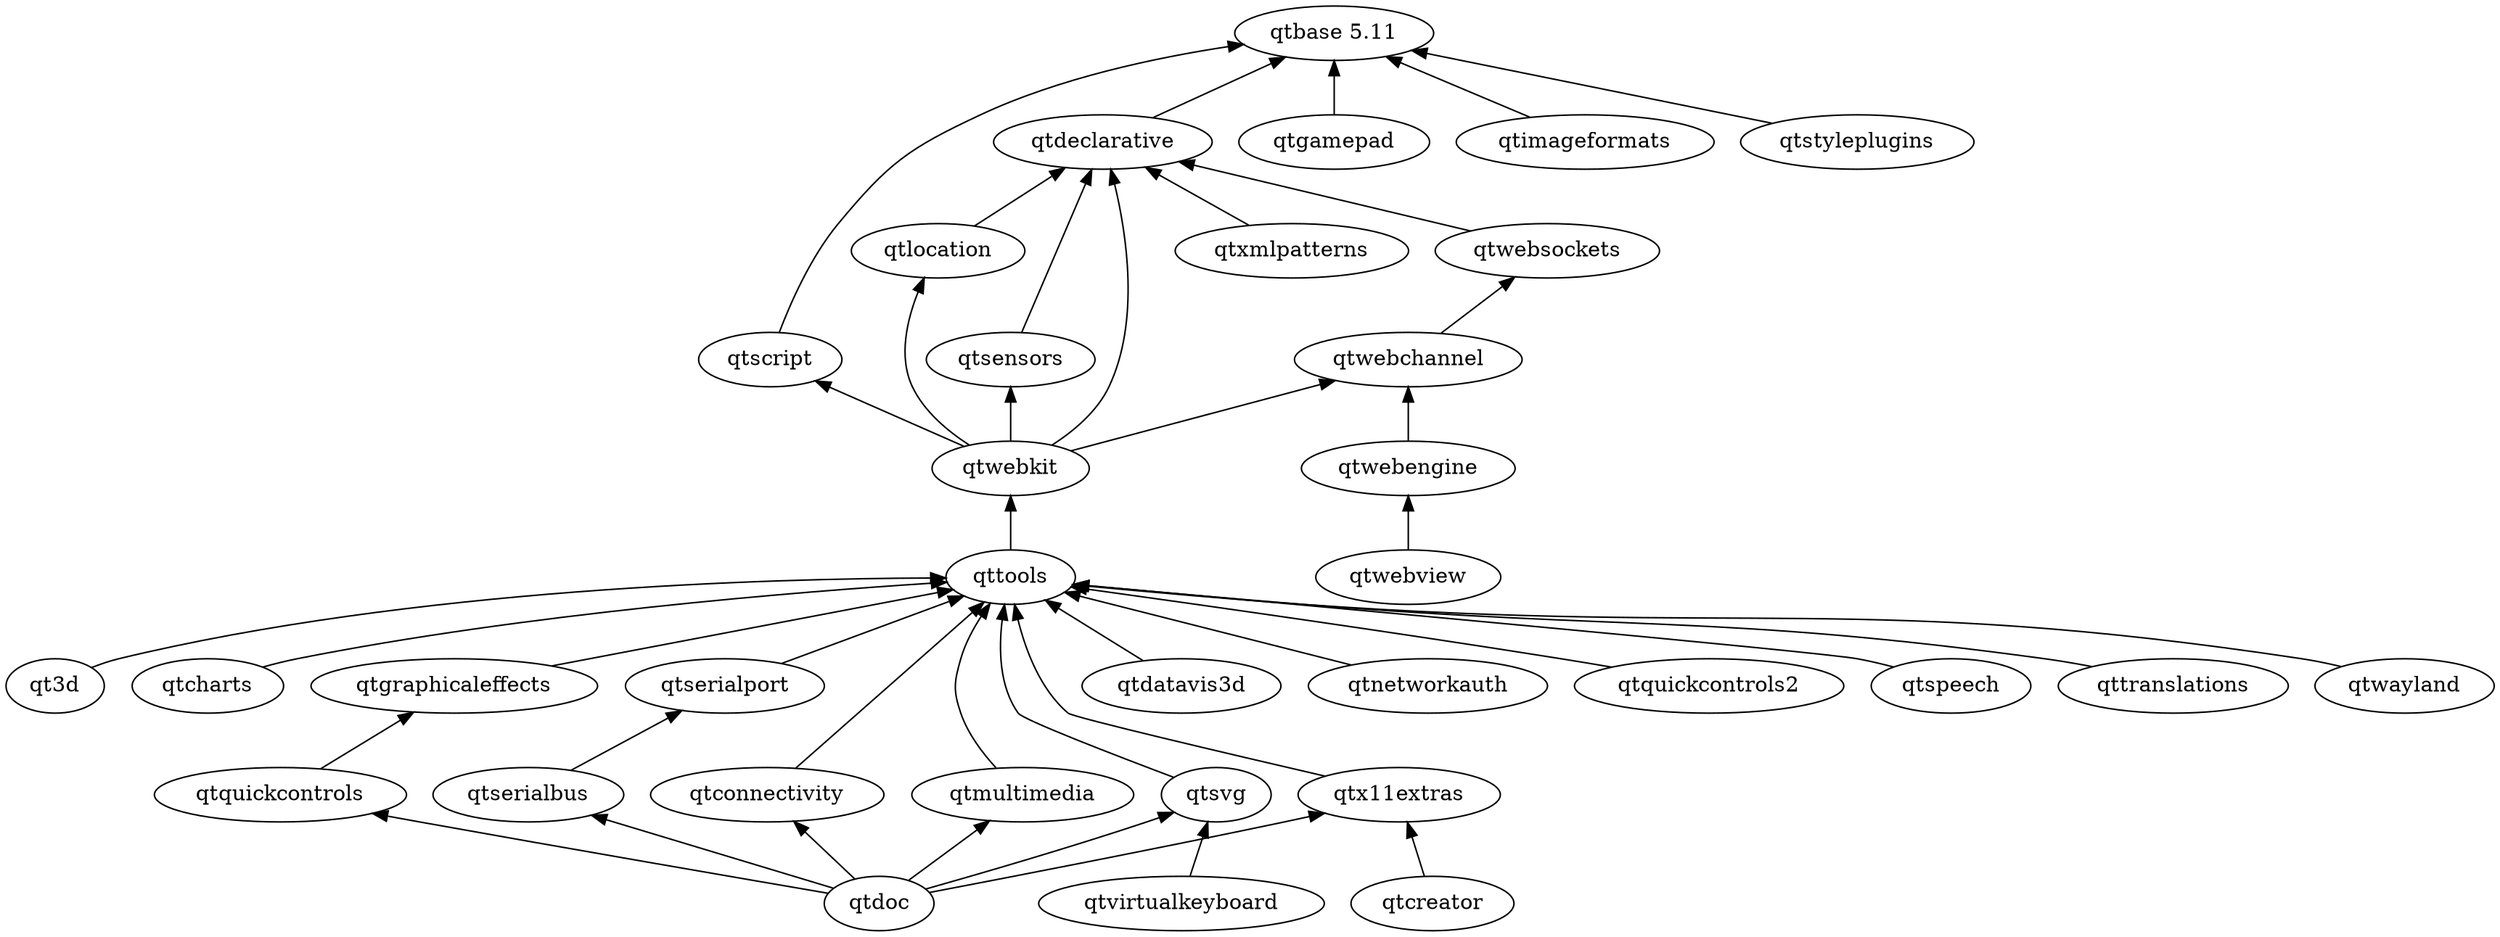
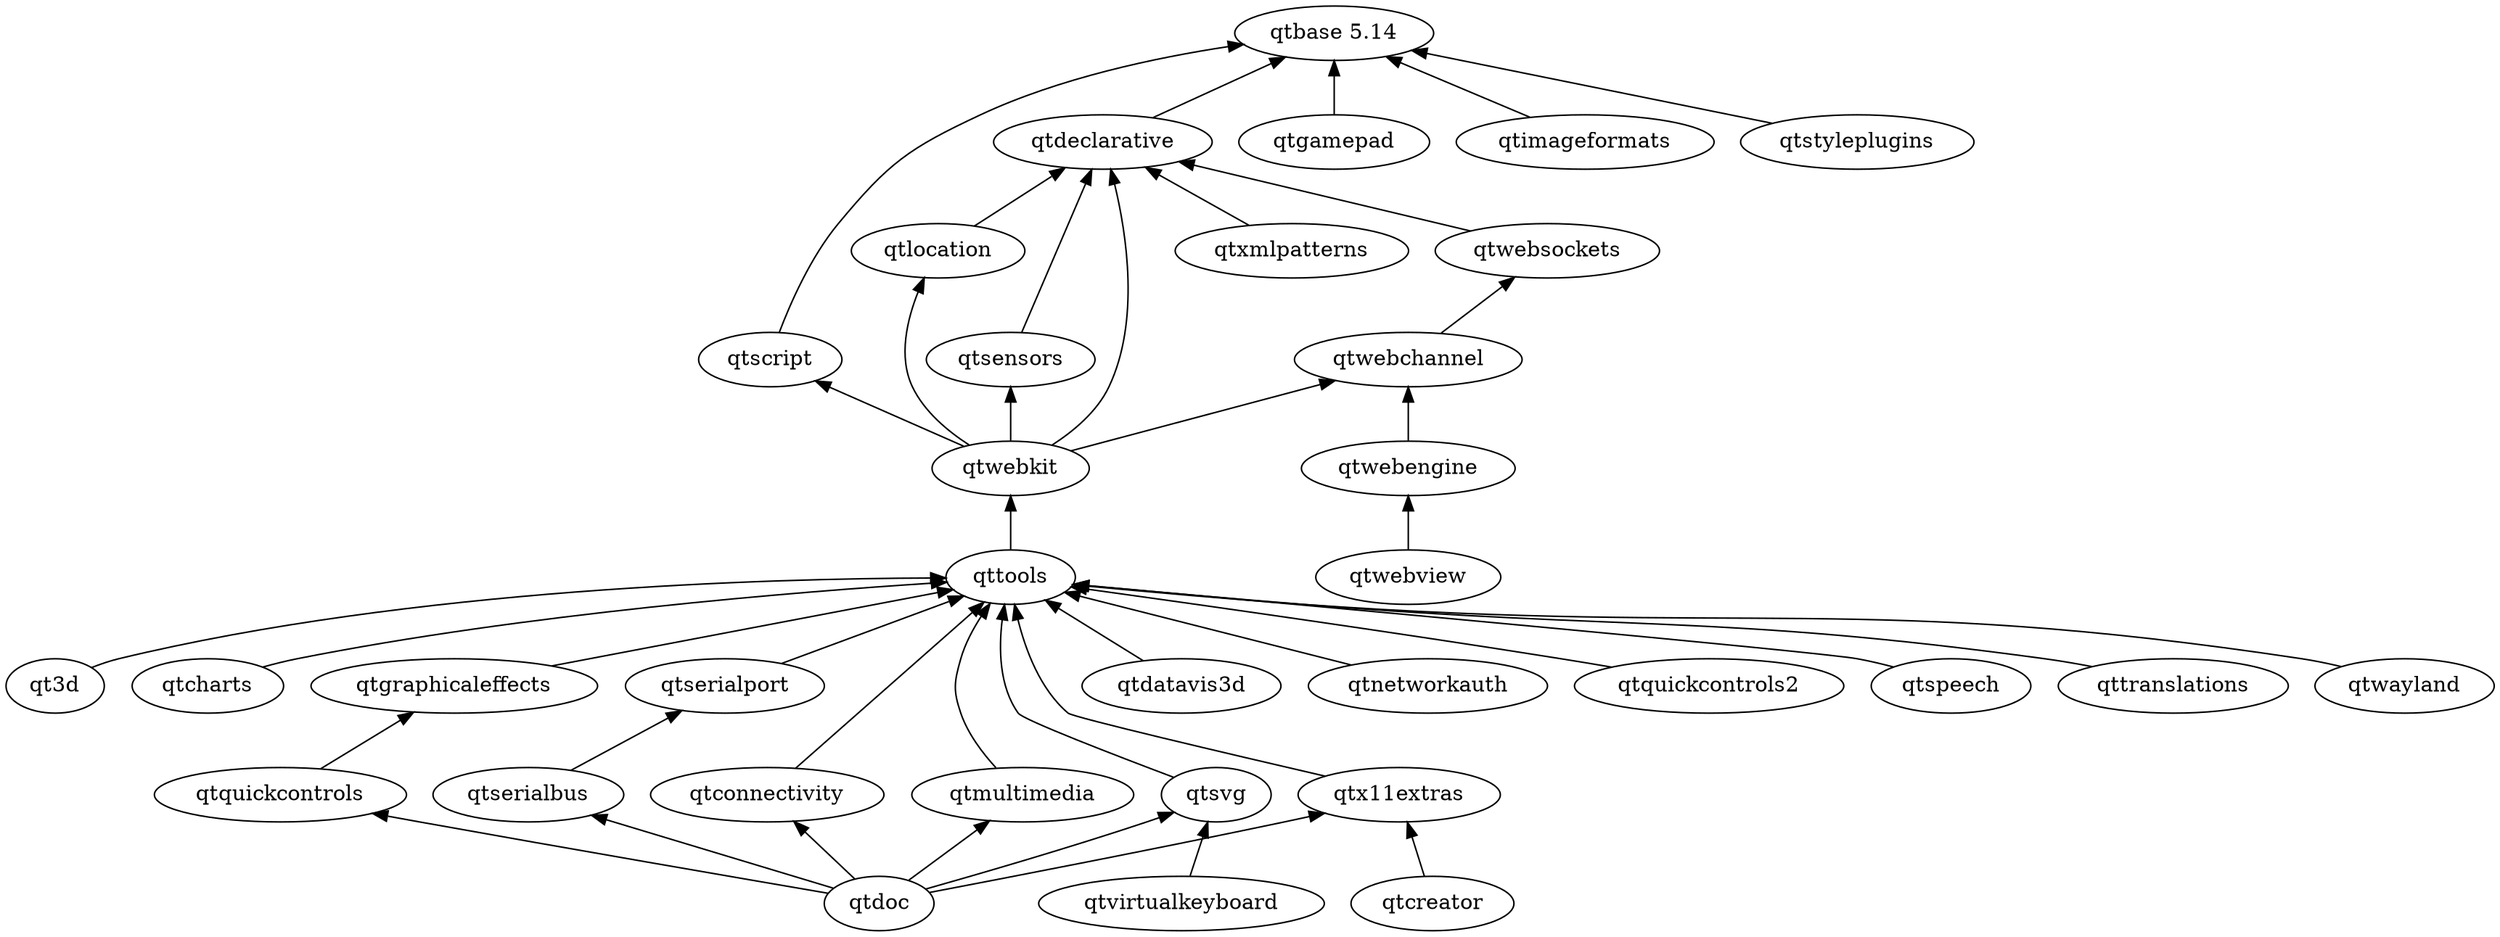
digraph qt5 {
  graph [
    rankdir = "BT"
  ]

-   "qtbase 5.11"
+   "qtbase 5.14"
  qt3d
  qtcharts
  qtconnectivity
  qtcreator
  qtdatavis3d
  qtdeclarative
  qtdoc
  qtgamepad
  qtgraphicaleffects
  qtimageformats
  qtlocation
  qtmultimedia
  qtnetworkauth
  qtquickcontrols
  qtquickcontrols2
  qtscript
  qtsensors
  qtserialbus
  qtserialport
  qtspeech
  qtstyleplugins
  qtsvg
  qttools
  qttranslations
  qtvirtualkeyboard
  qtwayland
  qtwebchannel
  qtwebengine
  qtwebkit
  qtwebsockets
  qtx11extras
  qtxmlpatterns

  qt3d -> qttools
  qtcharts -> qttools
  qtconnectivity -> qttools
  qtcreator -> qtx11extras
  qtdatavis3d -> qttools
-   qtdeclarative -> "qtbase 5.11"
+   qtdeclarative -> "qtbase 5.14"
  qtdoc -> qtconnectivity
  qtdoc -> qtmultimedia
  qtdoc -> qtquickcontrols
  qtdoc -> qtserialbus
  qtdoc -> qtsvg
  qtdoc -> qtx11extras
-   qtgamepad -> "qtbase 5.11"
+   qtgamepad -> "qtbase 5.14"
  qtgraphicaleffects -> qttools
-   qtimageformats -> "qtbase 5.11"
+   qtimageformats -> "qtbase 5.14"
  qtlocation -> qtdeclarative
  qtmultimedia -> qttools
  qtnetworkauth -> qttools
  qtquickcontrols -> qtgraphicaleffects
  qtquickcontrols2 -> qttools
-   qtscript -> "qtbase 5.11"
+   qtscript -> "qtbase 5.14"
  qtsensors ->qtdeclarative
  qtserialbus -> qtserialport
  qtserialport -> qttools
  qtspeech -> qttools
-   qtstyleplugins -> "qtbase 5.11"
+   qtstyleplugins -> "qtbase 5.14"
  qtsvg -> qttools
  qttools -> qtwebkit
  qttranslations -> qttools
  qtvirtualkeyboard -> qtsvg
  qtwayland -> qttools
  qtwebchannel -> qtwebsockets
  qtwebengine -> qtwebchannel
  qtwebkit -> qtdeclarative
  qtwebkit -> qtlocation
  qtwebkit -> qtscript
  qtwebkit -> qtsensors
  qtwebkit -> qtwebchannel
  qtwebsockets -> qtdeclarative
  qtwebview -> qtwebengine
  qtx11extras -> qttools
  qtxmlpatterns -> qtdeclarative
}
